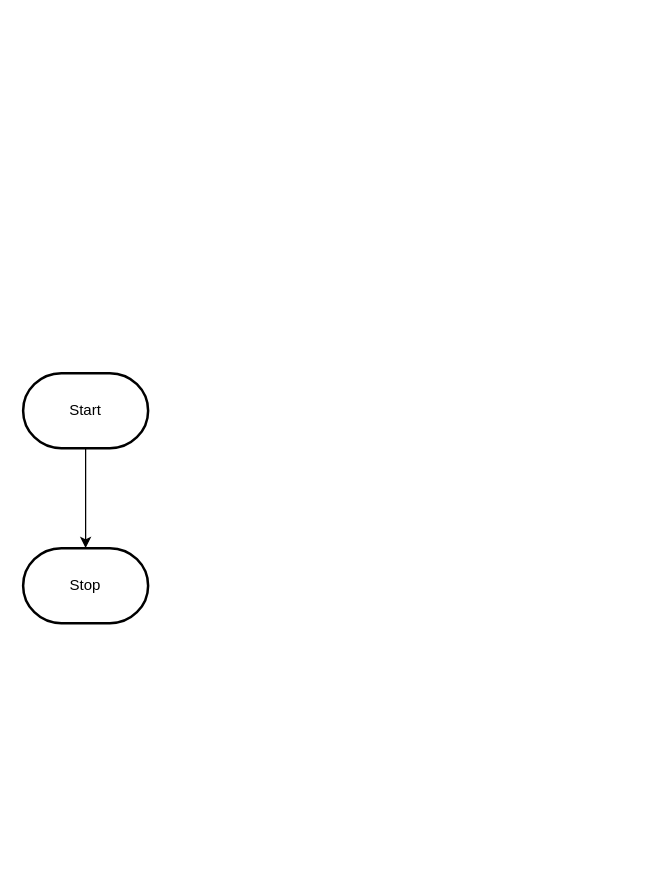
Earlier version of the draw.io diagram design/flowchart.drawio (MTHS-ICS2O-2-2022/ICS2O-Unit-5-06-Lucas-Osmond). Source tidied: cells renumbered, new cells numbered last; positions are measured from the earlier drawing's top-left corner, leaving out a move shared by most shapes. Both pictures are drawn from the tidied source at 125%, with x=0, y=0 at pixel (22, 372).
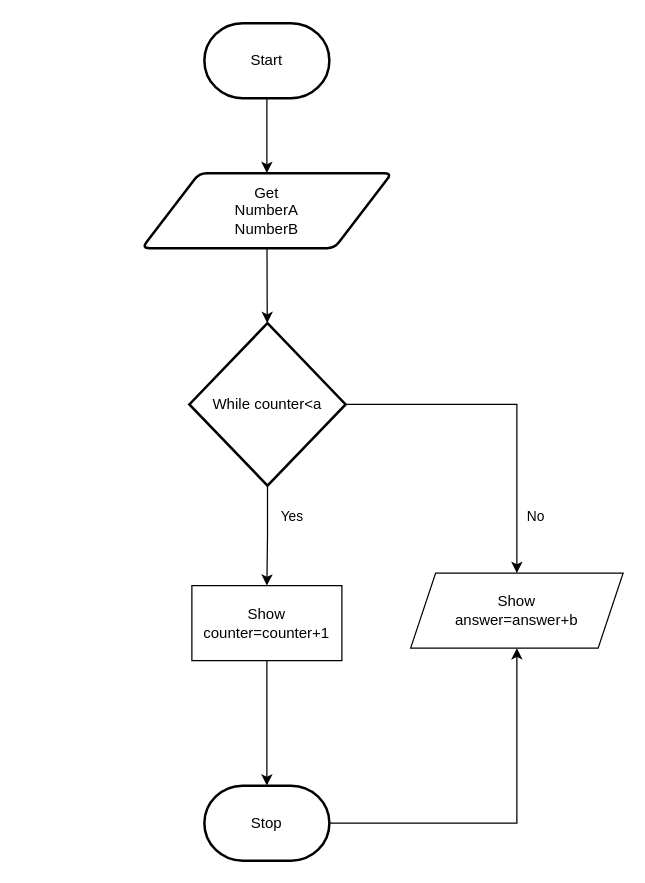
After the change.

The edit, as a diff of the source:
```diff
@@
 <mxGraphModel>
   <root>
     <mxCell id="0" />
     <mxCell id="1" parent="0" />
-    <mxCell id="2" style="edgeStyle=orthogonalEdgeStyle;html=1;rounded=0;" parent="1" edge="1" source="3" target="4">
-      <mxGeometry relative="1" as="geometry" />
-    </mxCell>
+    <mxCell id="5" style="edgeStyle=none;html=1;" parent="1" edge="1" source="3" target="8">
+      <mxGeometry relative="1" as="geometry" />
+    </mxCell>
     <mxCell id="3" value="Start" style="strokeWidth=2;html=1;shape=mxgraph.flowchart.terminator;whiteSpace=wrap;" parent="1" vertex="1">
-      <mxGeometry width="100" height="60" as="geometry" />
+      <mxGeometry x="145" y="-280" width="100" height="60" as="geometry" />
     </mxCell>
+    <mxCell id="6" style="edgeStyle=orthogonalEdgeStyle;shape=connector;rounded=0;html=1;entryX=0.5;entryY=1;entryDx=0;entryDy=0;labelBackgroundColor=default;strokeColor=default;fontFamily=Helvetica;fontSize=11;fontColor=default;endArrow=classic;" parent="1" edge="1" source="4" target="14">
+      <mxGeometry relative="1" as="geometry" />
+    </mxCell>
     <mxCell id="4" value="Stop" style="strokeWidth=2;html=1;shape=mxgraph.flowchart.terminator;whiteSpace=wrap;" parent="1" vertex="1">
-      <mxGeometry y="140" width="100" height="60" as="geometry" />
+      <mxGeometry x="145" y="330" width="100" height="60" as="geometry" />
     </mxCell>
+    <mxCell id="7" style="edgeStyle=none;html=1;" parent="1" edge="1" source="8" target="11">
+      <mxGeometry relative="1" as="geometry" />
+    </mxCell>
+    <mxCell id="8" value="Get&lt;br&gt;NumberA&lt;br&gt;NumberB" style="shape=parallelogram;html=1;strokeWidth=2;perimeter=parallelogramPerimeter;whiteSpace=wrap;rounded=1;arcSize=12;size=0.23;" parent="1" vertex="1">
+      <mxGeometry x="95" y="-160" width="200" height="60" as="geometry" />
+    </mxCell>
+    <mxCell id="9" style="edgeStyle=orthogonalEdgeStyle;html=1;entryX=0.5;entryY=0;entryDx=0;entryDy=0;rounded=0;" parent="1" edge="1" source="11" target="13">
+      <mxGeometry relative="1" as="geometry" />
+    </mxCell>
+    <mxCell id="10" style="html=1;entryX=0.5;entryY=0;entryDx=0;entryDy=0;edgeStyle=orthogonalEdgeStyle;rounded=0;" parent="1" edge="1" source="11" target="14">
+      <mxGeometry relative="1" as="geometry" />
+    </mxCell>
+    <mxCell id="11" value="While counter&amp;lt;a" style="strokeWidth=2;html=1;shape=mxgraph.flowchart.decision;whiteSpace=wrap;" parent="1" vertex="1">
+      <mxGeometry x="133" y="-40" width="125" height="130" as="geometry" />
+    </mxCell>
+    <mxCell id="12" style="edgeStyle=orthogonalEdgeStyle;shape=connector;rounded=0;html=1;labelBackgroundColor=default;strokeColor=default;fontFamily=Helvetica;fontSize=11;fontColor=default;endArrow=classic;" parent="1" edge="1" source="13" target="4">
+      <mxGeometry relative="1" as="geometry" />
+    </mxCell>
+    <mxCell id="13" value="Show&lt;br&gt;counter=counter+1" style="rounded=0;whiteSpace=wrap;html=1;" parent="1" vertex="1">
+      <mxGeometry x="135" y="170" width="120" height="60" as="geometry" />
+    </mxCell>
+    <mxCell id="14" value="Show&lt;br&gt;answer=answer+b" style="shape=parallelogram;perimeter=parallelogramPerimeter;whiteSpace=wrap;html=1;fixedSize=1;" parent="1" vertex="1">
+      <mxGeometry x="310" y="160" width="170" height="60" as="geometry" />
+    </mxCell>
+    <mxCell id="15" value="Yes" style="text;html=1;align=center;verticalAlign=middle;strokeColor=none;fillColor=none;fontSize=11;fontFamily=Helvetica;fontColor=default;" parent="1" vertex="1">
+      <mxGeometry x="195" y="100" width="40" height="30" as="geometry" />
+    </mxCell>
+    <mxCell id="16" value="No" style="text;html=1;align=center;verticalAlign=middle;strokeColor=none;fillColor=none;fontSize=11;fontFamily=Helvetica;fontColor=default;" parent="1" vertex="1">
+      <mxGeometry x="390" y="100" width="40" height="30" as="geometry" />
+    </mxCell>
   </root>
 </mxGraphModel>
```
